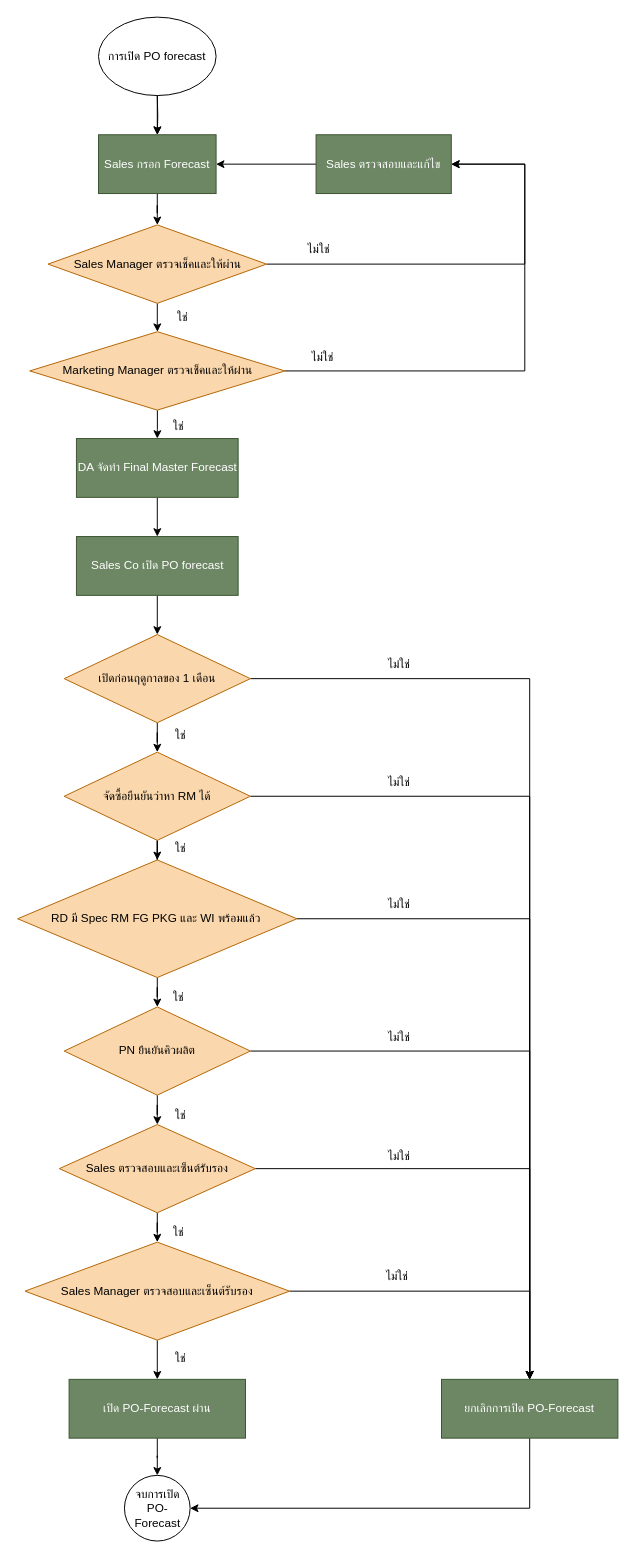
Earlier version of the draw.io diagram Untitled Diagram.drawio (KitakanWiset/skills-introduction-to-github). Source tidied: cells renumbered, new cells numbered last; positions are measured from the earlier drawing's top-left corner, leaving out a move shared by most shapes. Both pictures are drawn from the tidied source at 98%, with x=0, y=0 at pixel (18, 17).
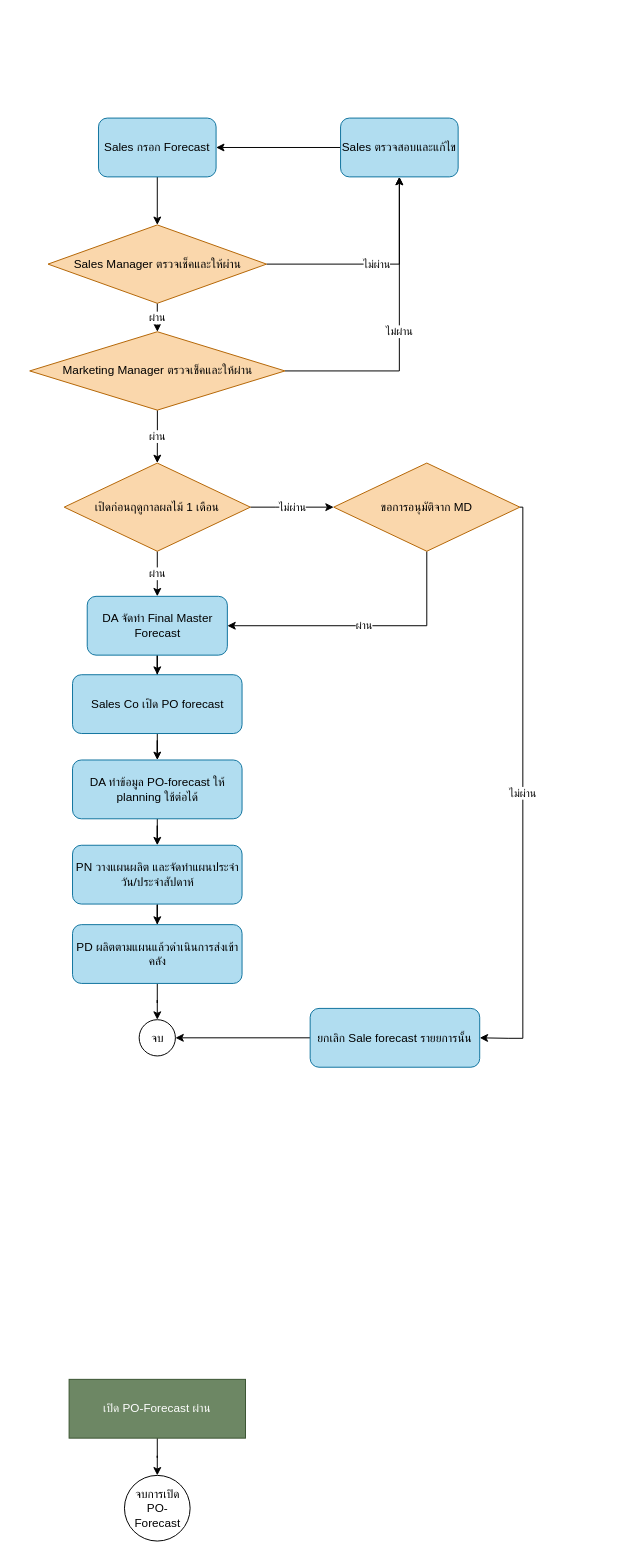
Above is the later version.

Unchanged cells that the change refers to:
```xml
<mxCell id="14" value="จบการเปิด PO-Forecast" style="ellipse;whiteSpace=wrap;html=1;" parent="1" vertex="1">
  <mxGeometry x="108.5" y="1488" width="67" height="67" as="geometry" />
</mxCell>
<mxCell id="33" value="เปิด PO-Forecast ผ่าน" style="rounded=0;whiteSpace=wrap;html=1;fillColor=#6d8764;fontColor=#ffffff;strokeColor=#3A5431;" parent="1" vertex="1">
  <mxGeometry x="52" y="1390" width="180" height="60" as="geometry" />
</mxCell>
<mxCell id="48" value="Sales Manager ตรวจเช็คและให้ผ่าน" style="rhombus;whiteSpace=wrap;html=1;fillColor=#fad7ac;strokeColor=#b46504;" parent="1" vertex="1">
  <mxGeometry x="30.5" y="212" width="223" height="80" as="geometry" />
</mxCell>
<mxCell id="51" value="Marketing Manager ตรวจเช็คและให้ผ่าน" style="rhombus;whiteSpace=wrap;html=1;fillColor=#fad7ac;strokeColor=#b46504;" parent="1" vertex="1">
  <mxGeometry x="11.8" y="321" width="260.5" height="80" as="geometry" />
</mxCell>
```

Change to the diagram source:
```diff
@@
-    <mxCell id="2" style="edgeStyle=orthogonalEdgeStyle;rounded=0;jettySize=auto;html=1;" parent="1" edge="1" target="4">
-      <mxGeometry relative="1" as="geometry">
-        <mxPoint x="142" y="80" as="sourcePoint" />
-      </mxGeometry>
-    </mxCell>
-    <mxCell id="3" style="edgeStyle=orthogonalEdgeStyle;rounded=0;jettySize=auto;html=1;" parent="1" edge="1" source="4" target="48">
-      <mxGeometry relative="1" as="geometry" />
-    </mxCell>
-    <mxCell id="4" value="Sales กรอก Forecast" style="rounded=0;whiteSpace=wrap;html=1;fillColor=#6d8764;fontColor=#ffffff;strokeColor=#3A5431;" parent="1" vertex="1">
-      <mxGeometry x="82" y="120" width="120" height="60" as="geometry" />
-    </mxCell>
-    <mxCell id="5" style="edgeStyle=orthogonalEdgeStyle;rounded=0;jettySize=auto;html=1;strokeColor=light-dark(#000000,#000000);" parent="1" edge="1" source="6" target="8">
-      <mxGeometry relative="1" as="geometry" />
-    </mxCell>
-    <mxCell id="6" value="DA จัดทำ Final Master Forecast" style="rounded=0;whiteSpace=wrap;html=1;fillColor=#6d8764;fontColor=#ffffff;strokeColor=#3A5431;" parent="1" vertex="1">
-      <mxGeometry x="59.5" y="430" width="165" height="60" as="geometry" />
-    </mxCell>
-    <mxCell id="7" style="edgeStyle=orthogonalEdgeStyle;rounded=0;jettySize=auto;html=1;" parent="1" edge="1" source="8" target="11">
-      <mxGeometry relative="1" as="geometry" />
-    </mxCell>
-    <mxCell id="8" value="Sales Co เปิด PO forecast" style="rounded=0;whiteSpace=wrap;html=1;fillColor=#6d8764;fontColor=#ffffff;strokeColor=#3A5431;" parent="1" vertex="1">
-      <mxGeometry x="59.5" y="530" width="165" height="60" as="geometry" />
-    </mxCell>
-    <mxCell id="9" style="edgeStyle=orthogonalEdgeStyle;rounded=0;jettySize=auto;html=1;" parent="1" edge="1" source="11" target="17">
-      <mxGeometry relative="1" as="geometry" />
-    </mxCell>
-    <mxCell id="10" style="edgeStyle=orthogonalEdgeStyle;rounded=0;jettySize=auto;html=1;entryX=0.5;entryY=0;entryDx=0;entryDy=0;strokeColor=light-dark(#000000,#000000);" parent="1" edge="1" source="11" target="25">
-      <mxGeometry relative="1" as="geometry" />
-    </mxCell>
-    <mxCell id="11" value="เปิดก่อนฤดูกาลของ 1 เดือน" style="rhombus;whiteSpace=wrap;html=1;fillColor=#fad7ac;strokeColor=#b46504;" parent="1" vertex="1">
-      <mxGeometry x="47" y="630" width="190" height="90" as="geometry" />
-    </mxCell>
-    <mxCell id="12" style="edgeStyle=orthogonalEdgeStyle;rounded=0;jettySize=auto;html=1;strokeColor=light-dark(#000000,#000000);" parent="1" edge="1" source="13" target="4">
-      <mxGeometry relative="1" as="geometry" />
-    </mxCell>
-    <mxCell id="13" value="การเปิด PO forecast" style="ellipse;whiteSpace=wrap;html=1;" parent="1" vertex="1">
-      <mxGeometry x="82" width="120" height="80" as="geometry" />
-    </mxCell>
@@
-    <mxCell id="15" style="edgeStyle=orthogonalEdgeStyle;rounded=0;jettySize=auto;html=1;" parent="1" edge="1" source="17" target="20">
-      <mxGeometry relative="1" as="geometry" />
+    <mxCell id="15" style="edgeStyle=orthogonalEdgeStyle;rounded=0;orthogonalLoop=1;jettySize=auto;html=1;" parent="1" edge="1">
+      <mxGeometry relative="1" as="geometry">
+        <mxPoint x="142" y="840" as="sourcePoint" />
+      </mxGeometry>
     </mxCell>
-    <mxCell id="16" style="edgeStyle=orthogonalEdgeStyle;rounded=0;jettySize=auto;html=1;entryX=0.5;entryY=0;entryDx=0;entryDy=0;strokeColor=light-dark(#000000,#000000);" parent="1" edge="1" source="17" target="25">
-      <mxGeometry relative="1" as="geometry" />
-    </mxCell>
-    <mxCell id="17" value="จัดซื้อยืนยันว่าหา RM ได้" style="rhombus;whiteSpace=wrap;html=1;fillColor=#fad7ac;strokeColor=#b46504;" parent="1" vertex="1">
-      <mxGeometry x="47" y="750" width="190" height="90" as="geometry" />
-    </mxCell>
-    <mxCell id="18" style="edgeStyle=orthogonalEdgeStyle;rounded=0;jettySize=auto;html=1;" parent="1" edge="1" source="20" target="23">
-      <mxGeometry relative="1" as="geometry" />
-    </mxCell>
-    <mxCell id="19" style="edgeStyle=orthogonalEdgeStyle;rounded=0;jettySize=auto;html=1;entryX=0.5;entryY=0;entryDx=0;entryDy=0;strokeColor=light-dark(#000000,#000000);" parent="1" edge="1" source="20" target="25">
-      <mxGeometry relative="1" as="geometry" />
-    </mxCell>
-    <mxCell id="20" value="RD มี Spec RM FG PKG และ WI พร้อมแล้ว&amp;nbsp;" style="rhombus;whiteSpace=wrap;html=1;fillColor=#fad7ac;strokeColor=#b46504;" parent="1" vertex="1">
-      <mxGeometry x="-0.5" y="860" width="285" height="120" as="geometry" />
-    </mxCell>
-    <mxCell id="21" style="edgeStyle=orthogonalEdgeStyle;rounded=0;jettySize=auto;html=1;" parent="1" edge="1" source="23" target="28">
-      <mxGeometry relative="1" as="geometry" />
-    </mxCell>
-    <mxCell id="22" style="edgeStyle=orthogonalEdgeStyle;rounded=0;jettySize=auto;html=1;entryX=0.5;entryY=0;entryDx=0;entryDy=0;strokeColor=light-dark(#000000,#000000);" parent="1" edge="1" source="23" target="25">
-      <mxGeometry relative="1" as="geometry" />
-    </mxCell>
-    <mxCell id="23" value="PN ยืนยันคิวผลิต" style="rhombus;whiteSpace=wrap;html=1;fillColor=#fad7ac;strokeColor=#b46504;" parent="1" vertex="1">
-      <mxGeometry x="47" y="1010" width="190" height="90" as="geometry" />
-    </mxCell>
-    <mxCell id="24" style="edgeStyle=orthogonalEdgeStyle;rounded=0;jettySize=auto;html=1;entryX=1;entryY=0.5;entryDx=0;entryDy=0;" parent="1" edge="1" source="25" target="14">
-      <mxGeometry relative="1" as="geometry">
-        <Array as="points">
-          <mxPoint x="522" y="1522" />
-        </Array>
-      </mxGeometry>
-    </mxCell>
-    <mxCell id="25" value="ยกเลิกการเปิด PO-Forecast" style="rounded=0;whiteSpace=wrap;html=1;fillColor=#6d8764;fontColor=#ffffff;strokeColor=#3A5431;" parent="1" vertex="1">
-      <mxGeometry x="432" y="1390" width="180" height="60" as="geometry" />
-    </mxCell>
-    <mxCell id="26" style="edgeStyle=orthogonalEdgeStyle;rounded=0;jettySize=auto;html=1;" parent="1" edge="1" source="28" target="31">
-      <mxGeometry relative="1" as="geometry" />
-    </mxCell>
-    <mxCell id="27" style="edgeStyle=orthogonalEdgeStyle;rounded=0;jettySize=auto;html=1;entryX=0.5;entryY=0;entryDx=0;entryDy=0;strokeColor=light-dark(#000000,#000000);" parent="1" edge="1" source="28" target="25">
-      <mxGeometry relative="1" as="geometry" />
-    </mxCell>
-    <mxCell id="28" value="Sales ตรวจสอบและเซ็นต์รับรอง" style="rhombus;whiteSpace=wrap;html=1;fillColor=#fad7ac;strokeColor=#b46504;" parent="1" vertex="1">
-      <mxGeometry x="42" y="1130" width="200" height="90" as="geometry" />
-    </mxCell>
-    <mxCell id="29" style="edgeStyle=orthogonalEdgeStyle;rounded=0;jettySize=auto;html=1;" parent="1" edge="1" source="31" target="33">
-      <mxGeometry relative="1" as="geometry" />
-    </mxCell>
-    <mxCell id="30" style="edgeStyle=orthogonalEdgeStyle;rounded=0;jettySize=auto;html=1;entryX=0.5;entryY=0;entryDx=0;entryDy=0;strokeColor=light-dark(#000000,#000000);" parent="1" edge="1" source="31" target="25">
-      <mxGeometry relative="1" as="geometry">
-        <Array as="points">
-          <mxPoint x="522" y="1300" />
-        </Array>
-      </mxGeometry>
-    </mxCell>
-    <mxCell id="31" value="Sales Manager ตรวจสอบและเซ็นต์รับรอง" style="rhombus;whiteSpace=wrap;html=1;fillColor=#fad7ac;strokeColor=#b46504;" parent="1" vertex="1">
-      <mxGeometry x="7" y="1250" width="270" height="100" as="geometry" />
-    </mxCell>
@@
-    <mxCell id="34" value="ใช่" style="text;html=1;align=center;verticalAlign=middle;whiteSpace=wrap;rounded=0;" parent="1" vertex="1">
-      <mxGeometry x="136" y="718" width="60" height="30" as="geometry" />
-    </mxCell>
-    <mxCell id="35" value="ไม่ใช่" style="text;html=1;align=center;verticalAlign=middle;whiteSpace=wrap;rounded=0;" parent="1" vertex="1">
-      <mxGeometry x="359" y="646" width="60" height="30" as="geometry" />
-    </mxCell>
-    <mxCell id="36" value="ใช่" style="text;html=1;align=center;verticalAlign=middle;whiteSpace=wrap;rounded=0;" parent="1" vertex="1">
-      <mxGeometry x="136" y="833" width="60" height="30" as="geometry" />
-    </mxCell>
-    <mxCell id="37" value="ใช่" style="text;html=1;align=center;verticalAlign=middle;whiteSpace=wrap;rounded=0;" parent="1" vertex="1">
-      <mxGeometry x="134" y="985" width="60" height="30" as="geometry" />
-    </mxCell>
-    <mxCell id="38" value="ใช่" style="text;html=1;align=center;verticalAlign=middle;whiteSpace=wrap;rounded=0;" parent="1" vertex="1">
-      <mxGeometry x="136" y="1106" width="60" height="30" as="geometry" />
-    </mxCell>
-    <mxCell id="39" value="ใช่" style="text;html=1;align=center;verticalAlign=middle;whiteSpace=wrap;rounded=0;" parent="1" vertex="1">
-      <mxGeometry x="134" y="1225" width="60" height="30" as="geometry" />
-    </mxCell>
-    <mxCell id="40" value="ใช่" style="text;html=1;align=center;verticalAlign=middle;whiteSpace=wrap;rounded=0;" parent="1" vertex="1">
-      <mxGeometry x="136" y="1354" width="60" height="30" as="geometry" />
-    </mxCell>
-    <mxCell id="41" value="ไม่ใช่" style="text;html=1;align=center;verticalAlign=middle;whiteSpace=wrap;rounded=0;" parent="1" vertex="1">
-      <mxGeometry x="359" y="766" width="60" height="30" as="geometry" />
-    </mxCell>
-    <mxCell id="42" value="ไม่ใช่" style="text;html=1;align=center;verticalAlign=middle;whiteSpace=wrap;rounded=0;" parent="1" vertex="1">
-      <mxGeometry x="359" y="891" width="60" height="30" as="geometry" />
-    </mxCell>
-    <mxCell id="43" value="ไม่ใช่" style="text;html=1;align=center;verticalAlign=middle;whiteSpace=wrap;rounded=0;" parent="1" vertex="1">
-      <mxGeometry x="359" y="1026" width="60" height="30" as="geometry" />
-    </mxCell>
-    <mxCell id="44" value="ไม่ใช่" style="text;html=1;align=center;verticalAlign=middle;whiteSpace=wrap;rounded=0;" parent="1" vertex="1">
-      <mxGeometry x="359" y="1148" width="60" height="30" as="geometry" />
-    </mxCell>
-    <mxCell id="45" value="ไม่ใช่" style="text;html=1;align=center;verticalAlign=middle;whiteSpace=wrap;rounded=0;" parent="1" vertex="1">
-      <mxGeometry x="357" y="1270" width="60" height="30" as="geometry" />
-    </mxCell>
-    <mxCell id="46" style="edgeStyle=orthogonalEdgeStyle;rounded=0;jettySize=auto;html=1;" parent="1" edge="1" source="48" target="51">
+    <mxCell id="46" value="ผ่าน" style="edgeStyle=orthogonalEdgeStyle;rounded=0;jettySize=auto;html=1;" parent="1" edge="1" source="48" target="51">
       <mxGeometry relative="1" as="geometry" />
     </mxCell>
-    <mxCell id="47" style="edgeStyle=orthogonalEdgeStyle;rounded=0;jettySize=auto;html=1;entryX=1;entryY=0.5;entryDx=0;entryDy=0;" parent="1" edge="1" source="48" target="57">
-      <mxGeometry relative="1" as="geometry">
-        <Array as="points">
-          <mxPoint x="517" y="252" />
-          <mxPoint x="517" y="150" />
-        </Array>
-      </mxGeometry>
+    <mxCell id="47" value="ไม่ผ่าน" style="edgeStyle=orthogonalEdgeStyle;rounded=0;jettySize=auto;html=1;entryX=0.5;entryY=1;entryDx=0;entryDy=0;exitX=1;exitY=0.5;exitDx=0;exitDy=0;" parent="1" edge="1" source="48" target="57">
+      <mxGeometry relative="1" as="geometry" />
     </mxCell>
@@
-    <mxCell id="49" style="edgeStyle=orthogonalEdgeStyle;rounded=0;jettySize=auto;html=1;" parent="1" edge="1" source="51" target="6">
+    <mxCell id="49" value="ผ่าน" style="edgeStyle=orthogonalEdgeStyle;rounded=0;jettySize=auto;html=1;entryX=0.5;entryY=0;entryDx=0;entryDy=0;" parent="1" edge="1" source="51" target="60">
       <mxGeometry relative="1" as="geometry" />
     </mxCell>
-    <mxCell id="50" style="edgeStyle=orthogonalEdgeStyle;rounded=0;jettySize=auto;html=1;entryX=1;entryY=0.5;entryDx=0;entryDy=0;" parent="1" edge="1" source="51" target="57">
-      <mxGeometry relative="1" as="geometry">
-        <Array as="points">
-          <mxPoint x="517" y="361" />
-          <mxPoint x="517" y="150" />
-        </Array>
-      </mxGeometry>
+    <mxCell id="50" value="ไม่ผ่าน" style="edgeStyle=orthogonalEdgeStyle;rounded=0;jettySize=auto;html=1;entryX=0.5;entryY=1;entryDx=0;entryDy=0;exitX=1;exitY=0.5;exitDx=0;exitDy=0;" parent="1" edge="1" source="51" target="57">
+      <mxGeometry relative="1" as="geometry" />
     </mxCell>
@@
-    <mxCell id="52" value="ใช่" style="text;html=1;align=center;verticalAlign=middle;whiteSpace=wrap;rounded=0;" parent="1" vertex="1">
-      <mxGeometry x="138" y="292" width="60" height="30" as="geometry" />
-    </mxCell>
-    <mxCell id="53" value="ใช่" style="text;html=1;align=center;verticalAlign=middle;whiteSpace=wrap;rounded=0;" parent="1" vertex="1">
-      <mxGeometry x="134" y="403" width="60" height="30" as="geometry" />
-    </mxCell>
-    <mxCell id="54" value="ไม่ใช่" style="text;html=1;align=center;verticalAlign=middle;whiteSpace=wrap;rounded=0;" parent="1" vertex="1">
-      <mxGeometry x="277" y="222" width="60" height="30" as="geometry" />
-    </mxCell>
-    <mxCell id="55" value="ไม่ใช่" style="text;html=1;align=center;verticalAlign=middle;whiteSpace=wrap;rounded=0;" parent="1" vertex="1">
-      <mxGeometry x="281" y="332" width="60" height="30" as="geometry" />
-    </mxCell>
+    <mxCell id="58" value="ผ่าน" style="edgeStyle=orthogonalEdgeStyle;rounded=0;jettySize=auto;html=1;" parent="1" edge="1" source="60" target="6">
+      <mxGeometry relative="1" as="geometry" />
+    </mxCell>
+    <mxCell id="59" value="ไม่ผ่าน" style="edgeStyle=orthogonalEdgeStyle;rounded=0;jettySize=auto;html=1;entryX=0;entryY=0.5;entryDx=0;entryDy=0;" parent="1" edge="1" source="60" target="64">
+      <mxGeometry relative="1" as="geometry">
+        <Array as="points">
+          <mxPoint x="263" y="500" />
+          <mxPoint x="263" y="500" />
+        </Array>
+      </mxGeometry>
+    </mxCell>
+    <mxCell id="60" value="เปิดก่อนฤดูกาลผลไม้ 1 เดือน" style="rhombus;whiteSpace=wrap;html=1;fillColor=#fad7ac;strokeColor=#b46504;" parent="1" vertex="1">
+      <mxGeometry x="47" y="455" width="190" height="90" as="geometry" />
+    </mxCell>
+    <mxCell id="3" style="edgeStyle=orthogonalEdgeStyle;rounded=0;jettySize=auto;html=1;" parent="1" edge="1" source="4" target="48">
+      <mxGeometry relative="1" as="geometry" />
+    </mxCell>
+    <mxCell id="4" value="&lt;span style=&quot;&quot;&gt;Sales กรอก Forecast&lt;/span&gt;" style="rounded=1;whiteSpace=wrap;html=1;fillColor=#b1ddf0;strokeColor=#10739e;" parent="1" vertex="1">
+      <mxGeometry x="82" y="103" width="120" height="60" as="geometry" />
+    </mxCell>
+    <mxCell id="5" style="edgeStyle=orthogonalEdgeStyle;rounded=0;jettySize=auto;html=1;" parent="1" edge="1" source="6" target="8">
+      <mxGeometry relative="1" as="geometry" />
+    </mxCell>
+    <mxCell id="6" value="&lt;span style=&quot;&quot;&gt;DA จัดทำ Final Master Forecast&lt;/span&gt;" style="rounded=1;whiteSpace=wrap;html=1;fillColor=#b1ddf0;strokeColor=#10739e;fontColor=default;" parent="1" vertex="1">
+      <mxGeometry x="70.5" y="591" width="143" height="60" as="geometry" />
+    </mxCell>
-    <mxCell id="56" style="edgeStyle=orthogonalEdgeStyle;rounded=0;jettySize=auto;html=1;entryX=1;entryY=0.5;entryDx=0;entryDy=0;" parent="1" edge="1" source="57" target="4">
+    <mxCell id="56" style="edgeStyle=orthogonalEdgeStyle;rounded=0;jettySize=auto;html=1;" parent="1" edge="1" source="57" target="4">
       <mxGeometry relative="1" as="geometry" />
     </mxCell>
-    <mxCell id="57" value="Sales ตรวจสอบและแก้ไข" style="rounded=0;whiteSpace=wrap;html=1;fillColor=#6d8764;fontColor=#ffffff;strokeColor=#3A5431;" parent="1" vertex="1">
-      <mxGeometry x="304" y="120" width="138" height="60" as="geometry" />
+    <mxCell id="57" value="&lt;span style=&quot;&quot;&gt;Sales ตรวจสอบและแก้ไข&lt;/span&gt;" style="rounded=1;whiteSpace=wrap;html=1;fillColor=#b1ddf0;strokeColor=#10739e;fontColor=default;" parent="1" vertex="1">
+      <mxGeometry x="329" y="103" width="120" height="60" as="geometry" />
     </mxCell>
+    <mxCell id="61" style="edgeStyle=orthogonalEdgeStyle;rounded=0;jettySize=auto;html=1;" parent="1" edge="1" source="8" target="66">
+      <mxGeometry relative="1" as="geometry" />
+    </mxCell>
+    <mxCell id="8" value="&lt;span style=&quot;&quot;&gt;Sales Co เปิด PO forecast&lt;/span&gt;" style="rounded=1;whiteSpace=wrap;html=1;fillColor=#b1ddf0;strokeColor=#10739e;fontColor=default;" parent="1" vertex="1">
+      <mxGeometry x="55.5" y="671" width="173" height="60" as="geometry" />
+    </mxCell>
+    <mxCell id="62" value="ผ่าน" style="edgeStyle=orthogonalEdgeStyle;rounded=0;jettySize=auto;html=1;entryX=1;entryY=0.5;entryDx=0;entryDy=0;" parent="1" edge="1" source="64" target="6">
+      <mxGeometry relative="1" as="geometry">
+        <Array as="points">
+          <mxPoint x="417" y="621" />
+        </Array>
+      </mxGeometry>
+    </mxCell>
+    <mxCell id="63" value="ไม่ผ่าน" style="edgeStyle=orthogonalEdgeStyle;rounded=0;jettySize=auto;html=1;entryX=1;entryY=0.5;entryDx=0;entryDy=0;" parent="1" edge="1" source="64" target="73">
+      <mxGeometry relative="1" as="geometry">
+        <Array as="points">
+          <mxPoint x="515" y="500" />
+          <mxPoint x="515" y="1042" />
+          <mxPoint x="500" y="1042" />
+        </Array>
+      </mxGeometry>
+    </mxCell>
+    <mxCell id="64" value="ขอการอนุมัติจาก MD" style="rhombus;whiteSpace=wrap;html=1;fillColor=#fad7ac;strokeColor=#b46504;" parent="1" vertex="1">
+      <mxGeometry x="322" y="455" width="190" height="90" as="geometry" />
+    </mxCell>
+    <mxCell id="65" style="edgeStyle=orthogonalEdgeStyle;rounded=0;jettySize=auto;html=1;" parent="1" edge="1" source="66" target="68">
+      <mxGeometry relative="1" as="geometry" />
+    </mxCell>
+    <mxCell id="66" value="DA ทำข้อมูล PO-forecast ให้ planning ใช้ต่อได้" style="rounded=1;whiteSpace=wrap;html=1;fillColor=#b1ddf0;strokeColor=#10739e;fontColor=default;" parent="1" vertex="1">
+      <mxGeometry x="55.5" y="758" width="173" height="60" as="geometry" />
+    </mxCell>
+    <mxCell id="67" style="edgeStyle=orthogonalEdgeStyle;rounded=0;jettySize=auto;html=1;" parent="1" edge="1" source="68" target="70">
+      <mxGeometry relative="1" as="geometry" />
+    </mxCell>
+    <mxCell id="68" value="PN วางแผนผลิต และจัดทำแผนประจำวัน/ประจำสัปดาห์" style="rounded=1;whiteSpace=wrap;html=1;fillColor=#b1ddf0;strokeColor=#10739e;fontColor=default;" parent="1" vertex="1">
+      <mxGeometry x="55.5" y="845" width="173" height="60" as="geometry" />
+    </mxCell>
+    <mxCell id="69" style="edgeStyle=orthogonalEdgeStyle;rounded=0;jettySize=auto;html=1;" parent="1" edge="1" source="70" target="71">
+      <mxGeometry relative="1" as="geometry" />
+    </mxCell>
+    <mxCell id="70" value="PD ผลิตตามแผนแล้วดำเนินการส่งเข้าคลัง" style="rounded=1;whiteSpace=wrap;html=1;fillColor=#b1ddf0;strokeColor=#10739e;fontColor=default;" parent="1" vertex="1">
+      <mxGeometry x="55.5" y="926" width="173" height="60" as="geometry" />
+    </mxCell>
+    <mxCell id="71" value="จบ" style="ellipse;whiteSpace=wrap;html=1;" parent="1" vertex="1">
+      <mxGeometry x="123.5" y="1023" width="37" height="37" as="geometry" />
+    </mxCell>
+    <mxCell id="72" style="edgeStyle=orthogonalEdgeStyle;rounded=0;jettySize=auto;html=1;entryX=1;entryY=0.5;entryDx=0;entryDy=0;" parent="1" edge="1" source="73" target="71">
+      <mxGeometry relative="1" as="geometry" />
+    </mxCell>
+    <mxCell id="73" value="ยกเลิก Sale forecast รายยการนั้น" style="rounded=1;whiteSpace=wrap;html=1;fillColor=#b1ddf0;strokeColor=#10739e;fontColor=default;" parent="1" vertex="1">
+      <mxGeometry x="298" y="1011.5" width="173" height="60" as="geometry" />
+    </mxCell>
```
